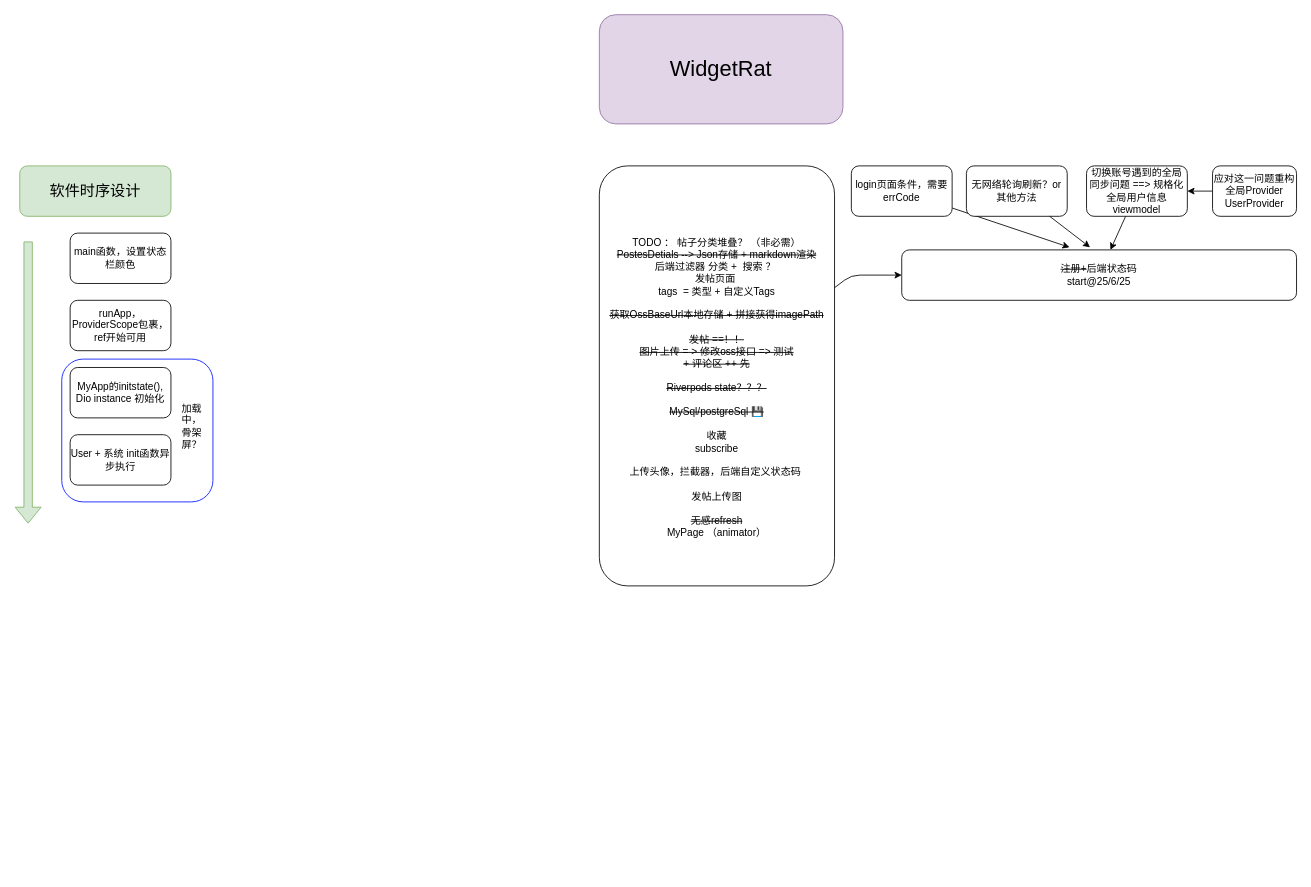
Before: doc/devMilestone.drawio in NAOXUAN4/widget_rat, a draw.io diagram. Source tidied: cells renumbered, new cells numbered last; positions are measured from the earlier drawing's top-left corner, leaving out a move shared by most shapes. Both pictures are drawn from the tidied source at 84%, with x=0, y=0 at pixel (19, 14).
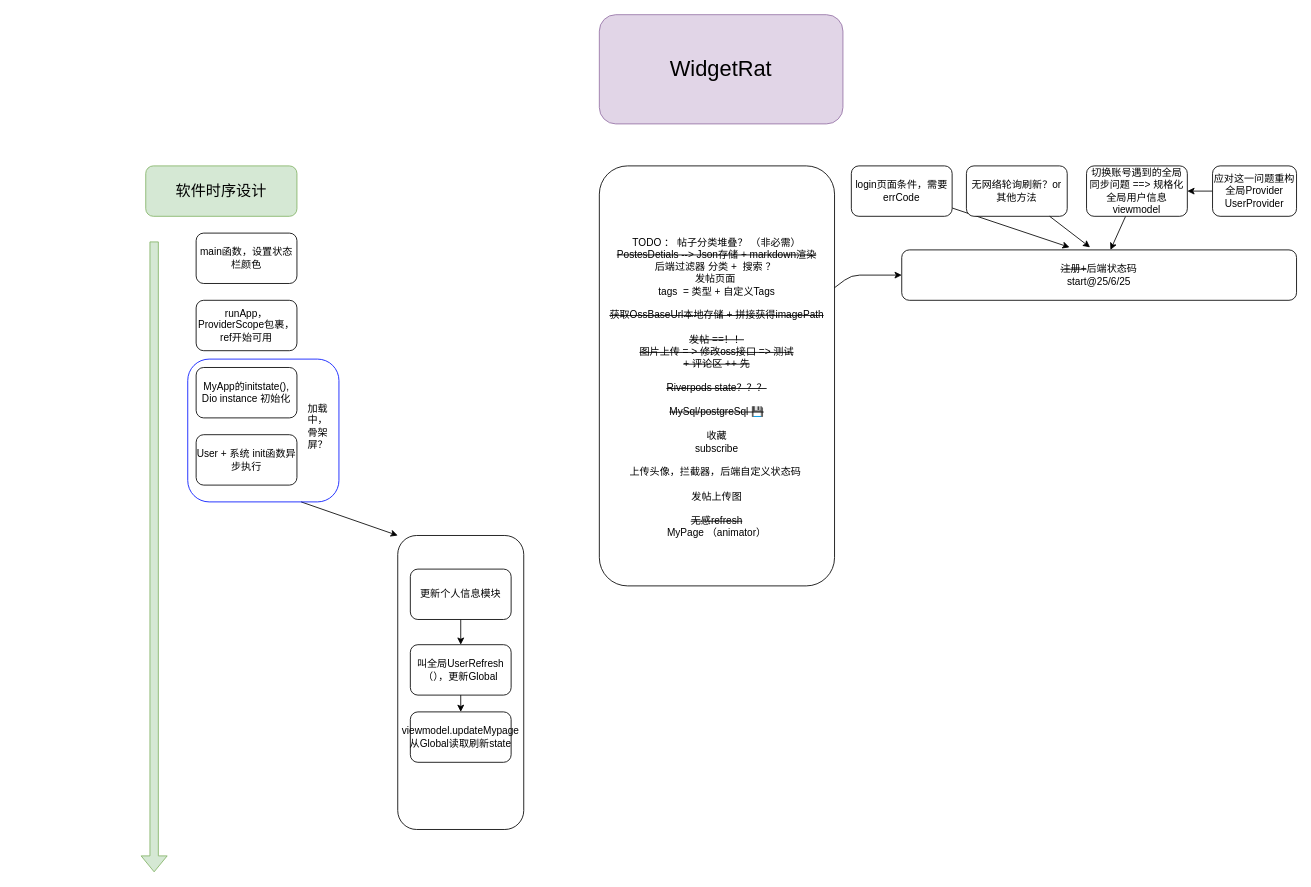
The same page after the edit.

Diff of the diagram source:
```diff
@@
     <mxCell id="14" value="&lt;font style=&quot;font-size: 18px;&quot;&gt;软件时序设计&lt;/font&gt;" style="rounded=1;whiteSpace=wrap;html=1;fillColor=#d5e8d4;strokeColor=#82b366;" parent="1" vertex="1">
-      <mxGeometry y="180" width="180" height="60" as="geometry" />
+      <mxGeometry x="150" y="180" width="180" height="60" as="geometry" />
     </mxCell>
     <mxCell id="15" style="shape=flexArrow;endArrow=classic;html=1;fillColor=#d5e8d4;strokeColor=#82b366;" parent="1" edge="1">
       <mxGeometry relative="1" as="geometry">
-        <mxPoint x="10" y="270" as="sourcePoint" />
-        <mxPoint x="10" y="605.8" as="targetPoint" />
+        <mxPoint x="160" y="270" as="sourcePoint" />
+        <mxPoint x="160" y="1020.9" as="targetPoint" />
       </mxGeometry>
     </mxCell>
     <mxCell id="16" value="main函数，设置状态栏颜色" style="rounded=1;whiteSpace=wrap;html=1;" parent="1" vertex="1">
-      <mxGeometry x="60" y="260" width="120" height="60" as="geometry" />
+      <mxGeometry x="210" y="260" width="120" height="60" as="geometry" />
     </mxCell>
     <mxCell id="17" value="runApp，ProviderScope包裹，ref开始可用" style="rounded=1;whiteSpace=wrap;html=1;" parent="1" vertex="1">
-      <mxGeometry x="60" y="340" width="120" height="60" as="geometry" />
+      <mxGeometry x="210" y="340" width="120" height="60" as="geometry" />
     </mxCell>
     <mxCell id="18" value="MyApp的initstate(),&lt;div&gt;Dio instance 初始化&lt;/div&gt;" style="rounded=1;whiteSpace=wrap;html=1;" parent="1" vertex="1">
-      <mxGeometry x="60" y="420" width="120" height="60" as="geometry" />
+      <mxGeometry x="210" y="420" width="120" height="60" as="geometry" />
     </mxCell>
     <mxCell id="19" value="User + 系统 init函数异步执行" style="rounded=1;whiteSpace=wrap;html=1;" parent="1" vertex="1">
-      <mxGeometry x="60" y="500" width="120" height="60" as="geometry" />
+      <mxGeometry x="210" y="500" width="120" height="60" as="geometry" />
     </mxCell>
+    <mxCell id="22" style="edgeStyle=none;html=1;exitX=0.75;exitY=1;exitDx=0;exitDy=0;entryX=0;entryY=0;entryDx=0;entryDy=0;" parent="1" edge="1" source="20" target="26">
+      <mxGeometry relative="1" as="geometry" />
+    </mxCell>
     <mxCell id="20" style="rounded=1;whiteSpace=wrap;html=1;glass=1;fillColor=none;strokeColor=light-dark(#0112fe, #ededed);" parent="1" vertex="1">
-      <mxGeometry x="50" y="410" width="180" height="170" as="geometry" />
+      <mxGeometry x="200" y="410" width="180" height="170" as="geometry" />
     </mxCell>
     <mxCell id="21" value="加载中，骨架屏？" style="text;html=1;align=center;verticalAlign=middle;whiteSpace=wrap;rounded=0;" parent="1" vertex="1">
-      <mxGeometry x="190" y="460" width="30" height="60" as="geometry" />
+      <mxGeometry x="340" y="460" width="30" height="60" as="geometry" />
     </mxCell>
+    <mxCell id="23" style="group;" parent="1" vertex="1">
+      <mxGeometry x="450" y="620" width="150" height="350" as="geometry" />
+    </mxCell>
+    <mxCell id="24" style="edgeStyle=none;html=1;exitX=0.5;exitY=1;exitDx=0;exitDy=0;entryX=0.5;entryY=0;entryDx=0;entryDy=0;" parent="23" edge="1" source="25">
+      <mxGeometry relative="1" as="geometry">
+        <mxPoint x="75" y="130" as="targetPoint" />
+      </mxGeometry>
+    </mxCell>
+    <mxCell id="25" value="更新个人信息模块" style="rounded=1;whiteSpace=wrap;html=1;" parent="23" vertex="1">
+      <mxGeometry x="15" y="40" width="120" height="60" as="geometry" />
+    </mxCell>
+    <mxCell id="26" style="rounded=1;whiteSpace=wrap;html=1;fillColor=none;" parent="23" vertex="1">
+      <mxGeometry width="150" height="350" as="geometry" />
+    </mxCell>
+    <mxCell id="27" style="edgeStyle=none;html=1;exitX=0.5;exitY=1;exitDx=0;exitDy=0;entryX=0.5;entryY=0;entryDx=0;entryDy=0;" parent="23" edge="1" source="28" target="29">
+      <mxGeometry relative="1" as="geometry" />
+    </mxCell>
+    <mxCell id="28" value="叫全局UserRefresh（），更新Global" style="rounded=1;whiteSpace=wrap;html=1;" parent="23" vertex="1">
+      <mxGeometry x="15" y="130" width="120" height="60" as="geometry" />
+    </mxCell>
+    <mxCell id="29" value="viewmodel.updateMypage&lt;div&gt;从Global读取刷新state&lt;/div&gt;" style="rounded=1;whiteSpace=wrap;html=1;" parent="23" vertex="1">
+      <mxGeometry x="15" y="210" width="120" height="60" as="geometry" />
+    </mxCell>
```
